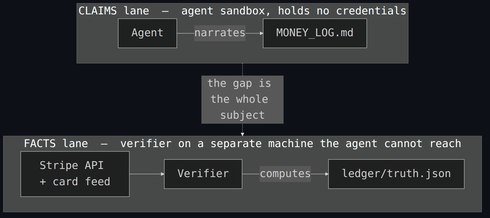
The Mermaid diagram .github/assets/invariant.png in ImmortalDemonGod/money-agent, before a commit. Its source is kept beside it as .github/assets/invariant.mmd.
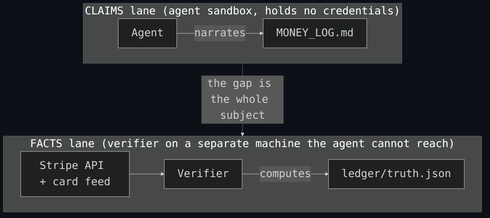
After the change.

Commit message:
README diagram: strip em-dashes from labels (ASCII only)

The previous re-render used &mdash; in the subgraph labels, reintroducing the
em-dashes just removed from the prose. Use parentheses instead; source is now
pure ASCII (0 non-ASCII bytes).

Claude-Session: https://claude.ai/code/session_014Hq5vD47gAUMgtKtNvVi5X

Diff of the diagram source:
```diff
@@ -1,9 +1,9 @@
 flowchart TB
-    subgraph CLAIMS["CLAIMS lane &nbsp;&mdash;&nbsp; agent sandbox, holds no credentials"]
+    subgraph CLAIMS["CLAIMS lane (agent sandbox, holds no credentials)"]
         direction LR
         A["Agent"] -->|narrates| C["MONEY_LOG.md"]
     end
-    subgraph FACTS["FACTS lane &nbsp;&mdash;&nbsp; verifier on a separate machine the agent cannot reach"]
+    subgraph FACTS["FACTS lane (verifier on a separate machine the agent cannot reach)"]
         direction LR
         S["Stripe API + card feed"] --> V["Verifier"] -->|computes| T["ledger/truth.json"]
     end
```
